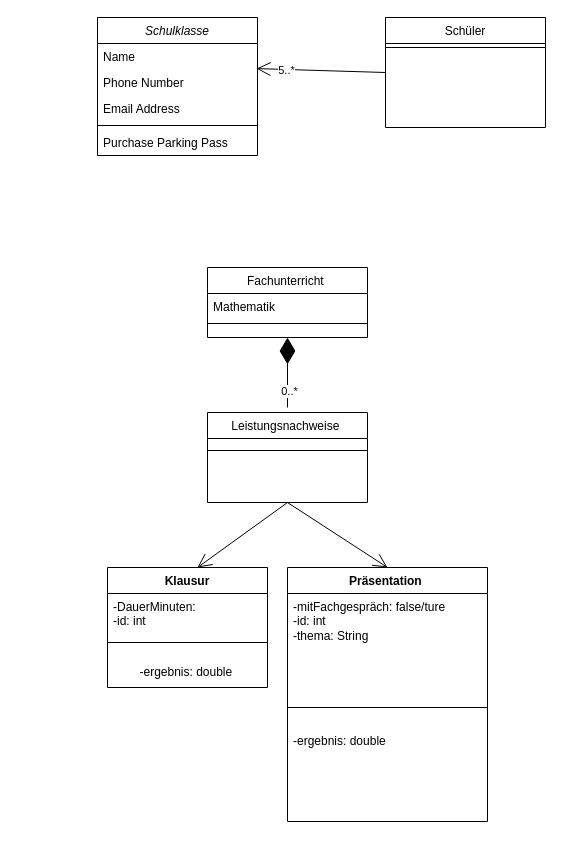
Before: Unbenanntes Diagramm.drawio in BreMoon/Tresor-typescript, a draw.io diagram. Source tidied: cells renumbered, new cells numbered last; positions are measured from the earlier drawing's top-left corner, leaving out a move shared by most shapes. Both pictures are drawn from the tidied source at 100%, with x=0, y=0 at pixel (97, 17).
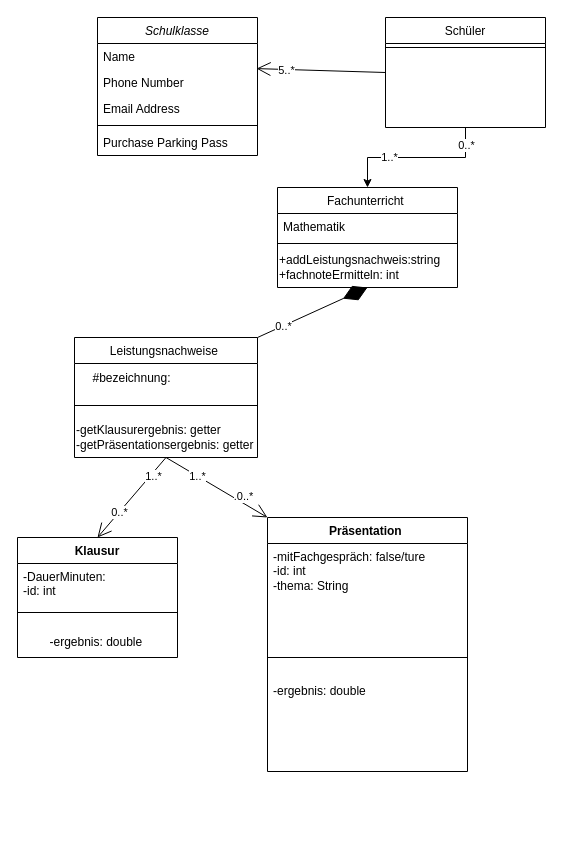
After the change.

Commit message:
Kevin Hasenbein DMQ20 14.4.2023

The change refers to these unchanged cells:
```xml
<mxCell id="11" value="Schüler" style="swimlane;fontStyle=0;align=center;verticalAlign=top;horizontal=1;startSize=26;rounded=0;shadow=0;strokeWidth=1;" parent="1" vertex="1">
  <mxGeometry x="288" width="160" height="110" as="geometry" />
</mxCell>
```

The edit, as a diff of the source:
```diff
@@
     <mxCell id="8" value="Fachunterricht " style="swimlane;fontStyle=0;align=center;verticalAlign=top;horizontal=1;startSize=26;rounded=0;shadow=0;strokeWidth=1;" parent="1" vertex="1">
-      <mxGeometry x="110" y="250" width="160" height="70" as="geometry" />
+      <mxGeometry x="180" y="170" width="180" height="100" as="geometry" />
     </mxCell>
     <mxCell id="9" value="Mathematik " style="text;align=left;verticalAlign=top;spacingLeft=4;spacingRight=4;overflow=hidden;" parent="8" vertex="1">
-      <mxGeometry y="26" width="160" height="26" as="geometry" />
+      <mxGeometry y="26" width="180" height="26" as="geometry" />
     </mxCell>
     <mxCell id="10" style="line;html=1;strokeWidth=1;align=left;verticalAlign=middle;spacingTop=-1;spacingLeft=3;spacingRight=3;labelPosition=right;" parent="8" vertex="1">
-      <mxGeometry y="52" width="160" height="8" as="geometry" />
+      <mxGeometry y="52" width="180" height="8" as="geometry" />
     </mxCell>
+    <mxCell id="29" value="+addLeistungsnachweis:string&lt;br&gt;+fachnoteErmitteln: int" style="text;html=1;align=left;verticalAlign=middle;strokeColor=none;fillColor=none;" parent="8" vertex="1">
+      <mxGeometry y="60" width="180" height="40" as="geometry" />
+    </mxCell>
+    <mxCell id="30" style="edgeStyle=orthogonalEdgeStyle;rounded=0;jettySize=auto;html=1;entryX=0.5;entryY=0;entryDx=0;entryDy=0;" parent="1" edge="1" source="11" target="8">
+      <mxGeometry relative="1" as="geometry" />
+    </mxCell>
+    <mxCell id="31" value="1..*" style="edgeLabel;html=1;align=center;verticalAlign=middle;" parent="30" vertex="1">
+      <mxGeometry x="0.36" y="-1" relative="1" as="geometry" />
+    </mxCell>
+    <mxCell id="32" value="0..*" style="edgeLabel;html=1;align=center;verticalAlign=middle;" parent="30" vertex="1">
+      <mxGeometry x="-0.78" relative="1" as="geometry" />
+    </mxCell>
@@
     <mxCell id="13" value="Leistungsnachweise " style="swimlane;fontStyle=0;align=center;verticalAlign=top;horizontal=1;startSize=26;rounded=0;shadow=0;strokeWidth=1;" parent="1" vertex="1">
-      <mxGeometry x="110" y="395" width="160" height="90" as="geometry" />
+      <mxGeometry x="-23" y="320" width="183" height="120" as="geometry" />
     </mxCell>
+    <mxCell id="33" value="#bezeichnung:&amp;nbsp; &amp;nbsp; &amp;nbsp; &amp;nbsp; &amp;nbsp; &amp;nbsp; &amp;nbsp; &amp;nbsp; &amp;nbsp; &amp;nbsp; &amp;nbsp;" style="text;html=1;align=center;verticalAlign=middle;strokeColor=none;fillColor=none;" parent="13" vertex="1">
+      <mxGeometry y="26" width="183" height="30" as="geometry" />
+    </mxCell>
     <mxCell id="14" style="line;html=1;strokeWidth=1;align=left;verticalAlign=middle;spacingTop=-1;spacingLeft=3;spacingRight=3;labelPosition=right;" parent="13" vertex="1">
-      <mxGeometry y="26" width="160" height="24" as="geometry" />
+      <mxGeometry y="56" width="183" height="24" as="geometry" />
     </mxCell>
+    <mxCell id="34" value="-getKlausurergebnis: getter&lt;br&gt;-getPräsentationsergebnis: getter" style="text;html=1;align=left;verticalAlign=middle;strokeColor=none;fillColor=none;" parent="13" vertex="1">
+      <mxGeometry y="80" width="183" height="40" as="geometry" />
+    </mxCell>
-    <mxCell id="15" style="endArrow=diamondThin;endFill=1;endSize=24;html=1;rounded=0;entryX=0.5;entryY=1;entryDx=0;entryDy=0;" parent="1" edge="1" target="8">
-      <mxGeometry relative="1" as="geometry">
-        <mxPoint x="190" y="390" as="sourcePoint" />
-      </mxGeometry>
+    <mxCell id="15" style="endArrow=diamondThin;endFill=1;endSize=24;html=1;rounded=0;entryX=0.5;entryY=1;entryDx=0;entryDy=0;exitX=1;exitY=0;exitDx=0;exitDy=0;" parent="1" edge="1" source="13" target="8">
+      <mxGeometry relative="1" as="geometry" />
     </mxCell>
@@
     <mxCell id="17" value="Klausur" style="swimlane;fontStyle=1;align=center;verticalAlign=top;horizontal=1;startSize=26;whiteSpace=wrap;html=1;" parent="1" vertex="1">
-      <mxGeometry x="10" y="550" width="160" height="120" as="geometry" />
+      <mxGeometry x="-80" y="520" width="160" height="120" as="geometry" />
     </mxCell>
@@
     <mxCell id="21" value="Präsentation&amp;nbsp;" style="swimlane;fontStyle=1;align=center;verticalAlign=top;horizontal=1;startSize=26;whiteSpace=wrap;html=1;fillStyle=hatch;" parent="1" vertex="1">
-      <mxGeometry x="190" y="550" width="200" height="254" as="geometry" />
+      <mxGeometry x="170" y="500" width="200" height="254" as="geometry" />
     </mxCell>
@@
-    <mxCell id="27" style="endArrow=open;endFill=1;endSize=12;html=1;rounded=0;entryX=0.5;entryY=0;entryDx=0;entryDy=0;exitX=0.5;exitY=1;exitDx=0;exitDy=0;" parent="1" edge="1" source="13" target="21">
+    <mxCell id="27" style="endArrow=open;endFill=1;endSize=12;html=1;rounded=0;entryX=0;entryY=0;entryDx=0;entryDy=0;exitX=0.5;exitY=1;exitDx=0;exitDy=0;" parent="1" edge="1" source="13" target="21">
       <mxGeometry relative="1" as="geometry" />
     </mxCell>
+    <mxCell id="35" value=".0..*" style="edgeLabel;html=1;align=center;verticalAlign=middle;" parent="27" vertex="1">
+      <mxGeometry x="0.47" y="5" relative="1" as="geometry">
+        <mxPoint y="-1" as="offset" />
+      </mxGeometry>
+    </mxCell>
+    <mxCell id="36" value="1..*" style="edgeLabel;html=1;align=center;verticalAlign=middle;" parent="27" vertex="1">
+      <mxGeometry x="-0.41" y="-1" relative="1" as="geometry">
+        <mxPoint x="1" as="offset" />
+      </mxGeometry>
+    </mxCell>
-    <mxCell id="28" style="endArrow=open;endFill=1;endSize=12;html=1;rounded=0;exitX=0.5;exitY=1;exitDx=0;exitDy=0;" parent="1" edge="1" source="13">
-      <mxGeometry relative="1" as="geometry">
-        <mxPoint x="100" y="550" as="targetPoint" />
-      </mxGeometry>
+    <mxCell id="28" style="endArrow=open;endFill=1;endSize=12;html=1;rounded=0;exitX=0.5;exitY=1;exitDx=0;exitDy=0;entryX=0.5;entryY=0;entryDx=0;entryDy=0;" parent="1" edge="1" source="13" target="17">
+      <mxGeometry relative="1" as="geometry" />
     </mxCell>
+    <mxCell id="37" value="0..*" style="edgeLabel;html=1;align=center;verticalAlign=middle;" parent="28" vertex="1">
+      <mxGeometry x="0.36" relative="1" as="geometry" />
+    </mxCell>
+    <mxCell id="38" value="1..*" style="edgeLabel;html=1;align=center;verticalAlign=middle;" parent="28" vertex="1">
+      <mxGeometry x="-0.56" y="2" relative="1" as="geometry" />
+    </mxCell>
```
